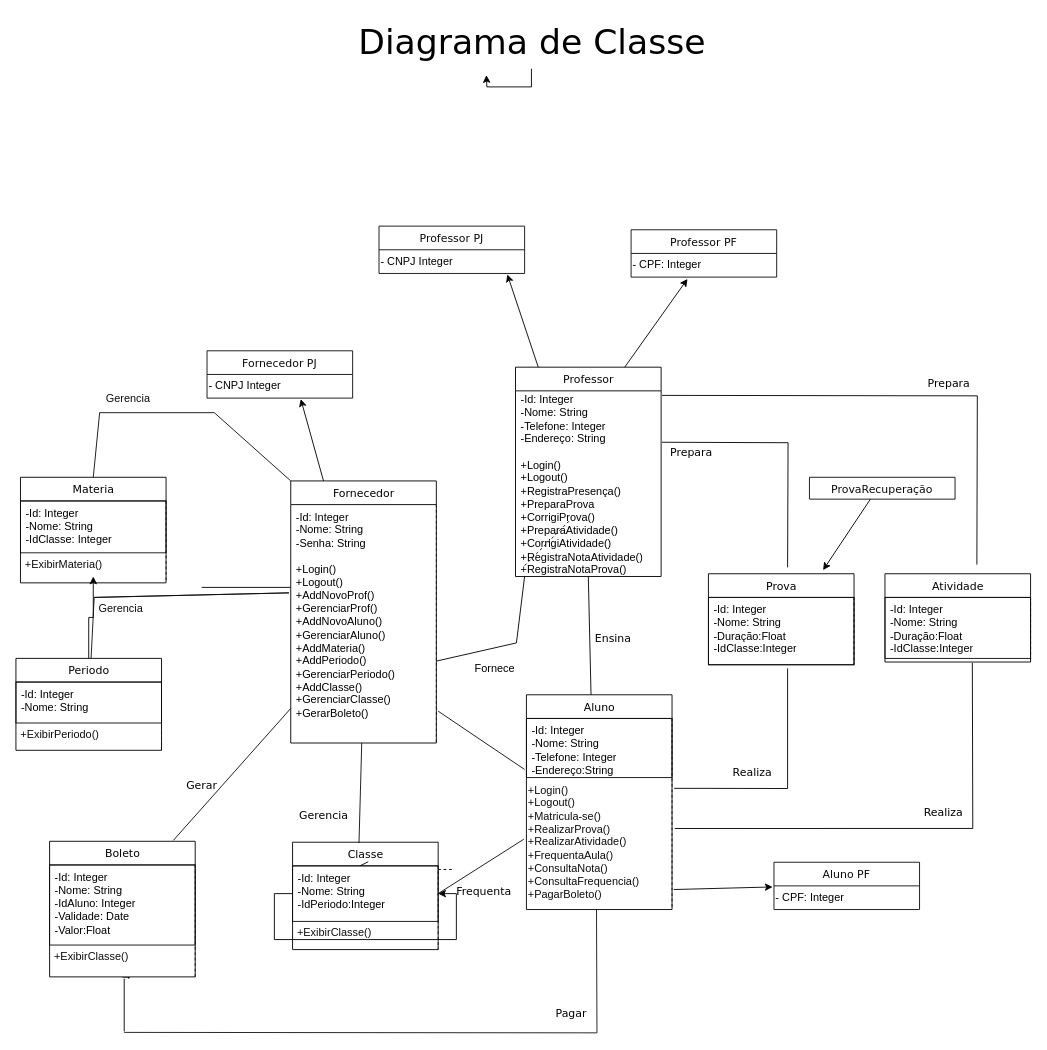
This is Diagrama sem nome.drawio from gaahsz1/sonic-com-mario, a draw.io file, before an edit. Source tidied: cells renumbered, new cells numbered last; positions are measured from the earlier drawing's top-left corner, leaving out a move shared by most shapes. Both pictures are drawn from the tidied source at 91%, with x=0, y=0 at pixel (15, 15).
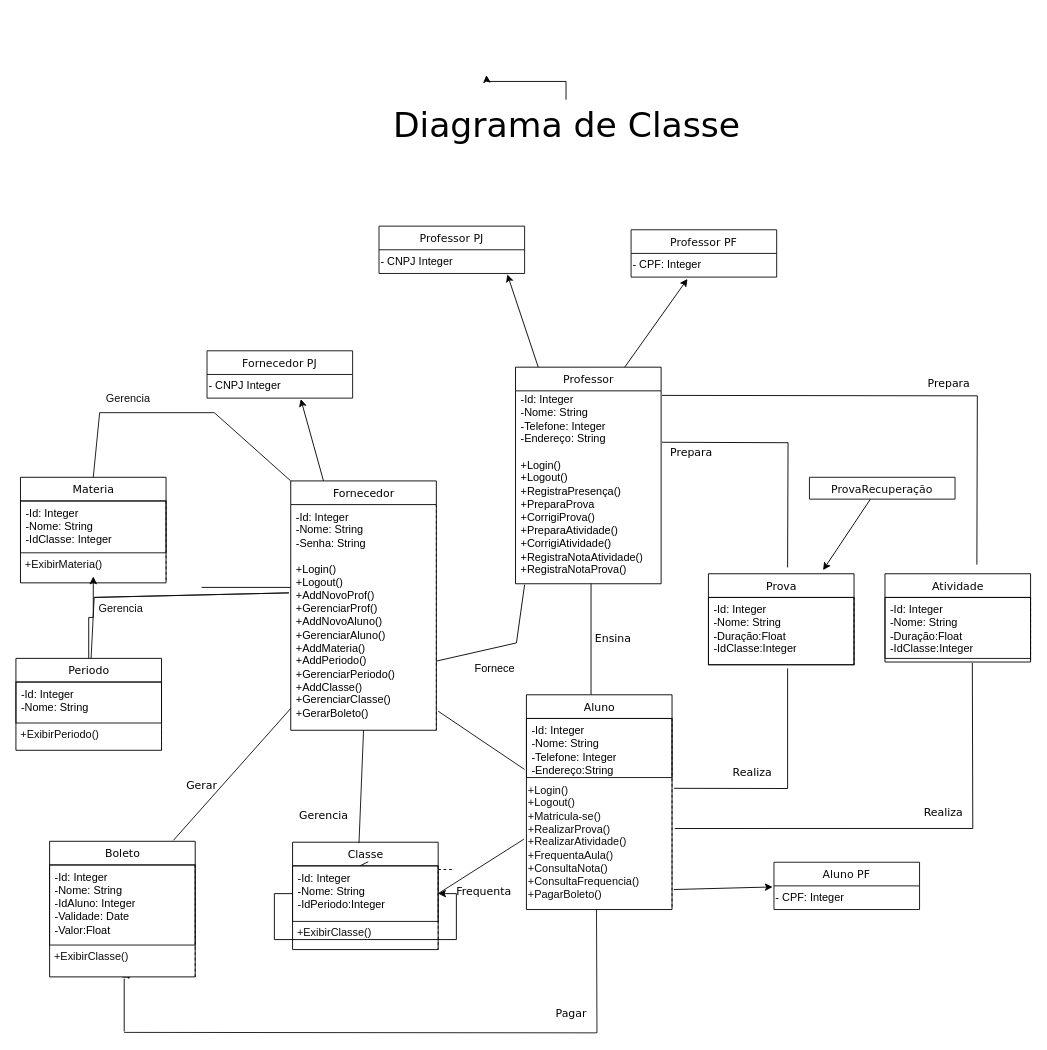
The same page after the edit.

The edit, as a diff of the source:
```diff
@@
     <mxCell id="2" value="Professor" style="swimlane;fontStyle=0;align=center;verticalAlign=top;horizontal=1;startSize=26;swimlaneFillColor=#ffffff;rounded=0;shadow=0;comic=0;labelBackgroundColor=none;strokeWidth=1;fillColor=none;fontFamily=Verdana;fontSize=12;strokeColor=#000000;fontColor=#080808;html=1;spacingTop=0;flipH=1;flipV=0;" parent="1" vertex="1">
-      <mxGeometry x="549" y="386" width="160" height="230" as="geometry" />
+      <mxGeometry x="549" y="386" width="160" height="238" as="geometry" />
     </mxCell>
@@
     <mxCell id="6" value="&lt;span style=&quot;font-weight: normal;&quot;&gt;Fornecedor&lt;/span&gt;" style="swimlane;fontStyle=1;align=center;verticalAlign=top;horizontal=1;startSize=26;swimlaneFillColor=#ffffff;rounded=0;shadow=0;comic=0;labelBackgroundColor=none;strokeWidth=1;fillColor=none;fontFamily=Verdana;fontSize=12;strokeColor=#000000;swimlaneLine=1;fontColor=#000000;html=1;swimlaneHead=1;separatorColor=#121212;backgroundOutline=0;" parent="1" vertex="1">
-      <mxGeometry x="302" y="511" width="160" height="288" as="geometry" />
+      <mxGeometry x="302" y="511" width="160" height="274" as="geometry" />
     </mxCell>
@@
     <mxCell id="8" value="&lt;font color=&quot;#000000&quot;&gt;-Id: Integer&lt;br&gt;-Nome: String&lt;br&gt;-Telefone: Integer&lt;br&gt;-Endereço: String&lt;br&gt;&amp;nbsp;&lt;br&gt;+Login()&lt;br&gt;+Logout()&lt;br&gt;+RegistraPresença()&lt;br&gt;+PreparaProva&lt;br&gt;+CorrigiProva()&lt;br&gt;+PreparaAtividade()&lt;br&gt;+CorrigiAtividade()&lt;br&gt;+RegistraNotaAtividade()&lt;br&gt;+RegistraNotaProva()&lt;br&gt;&lt;/font&gt;" style="text;html=1;strokeColor=none;fillColor=none;align=left;verticalAlign=top;spacingLeft=4;spacingRight=4;whiteSpace=wrap;overflow=hidden;shadow=0;rounded=0;glass=0;" parent="1" vertex="1" collapsed="1">
-      <mxGeometry x="549" y="408" width="161" height="212" as="geometry" />
+      <mxGeometry x="549" y="408" width="161" height="206" as="geometry" />
     </mxCell>
-    <mxCell id="9" style="endArrow=none;dashed=1;html=1;rounded=0;fontFamily=Helvetica;fontSize=12;fontColor=default;" parent="1" edge="1">
-      <mxGeometry relative="1" as="geometry">
-        <mxPoint x="559" y="604" as="sourcePoint" />
-        <mxPoint x="609" y="554" as="targetPoint" />
-      </mxGeometry>
-    </mxCell>
@@
     <mxCell id="17" style="endArrow=none;html=1;rounded=0;strokeColor=#000000;" parent="1" edge="1">
       <mxGeometry relative="1" as="geometry">
         <mxPoint x="462" y="709" as="sourcePoint" />
-        <mxPoint x="559" y="616" as="targetPoint" />
+        <mxPoint x="559" y="625" as="targetPoint" />
         <Array as="points">
           <mxPoint x="550" y="689" />
         </Array>
       </mxGeometry>
     </mxCell>
@@
-    <mxCell id="41" style="endArrow=none;html=1;rounded=0;fontFamily=Verdana;fontSize=12;fontColor=#000000;startSize=26;strokeColor=#0D0D0D;" parent="1" edge="1">
+    <mxCell id="41" style="endArrow=none;html=1;rounded=0;fontFamily=Verdana;fontSize=12;fontColor=#000000;startSize=26;strokeColor=#0D0D0D;entryX=0.5;entryY=1;entryDx=0;entryDy=0;" parent="1" edge="1" target="6">
       <mxGeometry relative="1" as="geometry">
         <mxPoint x="377" y="909" as="sourcePoint" />
-        <mxPoint x="380" y="799" as="targetPoint" />
       </mxGeometry>
     </mxCell>
@@
     <mxCell id="55" style="endArrow=none;html=1;rounded=0;fontFamily=Verdana;fontSize=12;fontColor=#000000;startSize=26;strokeColor=#000000;" parent="1" edge="1">
       <mxGeometry relative="1" as="geometry">
         <mxPoint x="632" y="746" as="sourcePoint" />
-        <mxPoint x="629" y="616" as="targetPoint" />
+        <mxPoint x="632" y="624" as="targetPoint" />
       </mxGeometry>
     </mxCell>
@@
     <mxCell id="74" value="&lt;font style=&quot;font-size: 38px;&quot;&gt;Diagrama de Classe&lt;/font&gt;" style="text;html=1;align=center;verticalAlign=middle;points=[];strokeColor=none;fillColor=none;fontSize=12;fontFamily=Verdana;fontColor=#000000;" parent="1" vertex="1">
-      <mxGeometry x="368" width="397" height="58" as="geometry" />
+      <mxGeometry x="406" y="92" width="397" height="58" as="geometry" />
     </mxCell>
```
